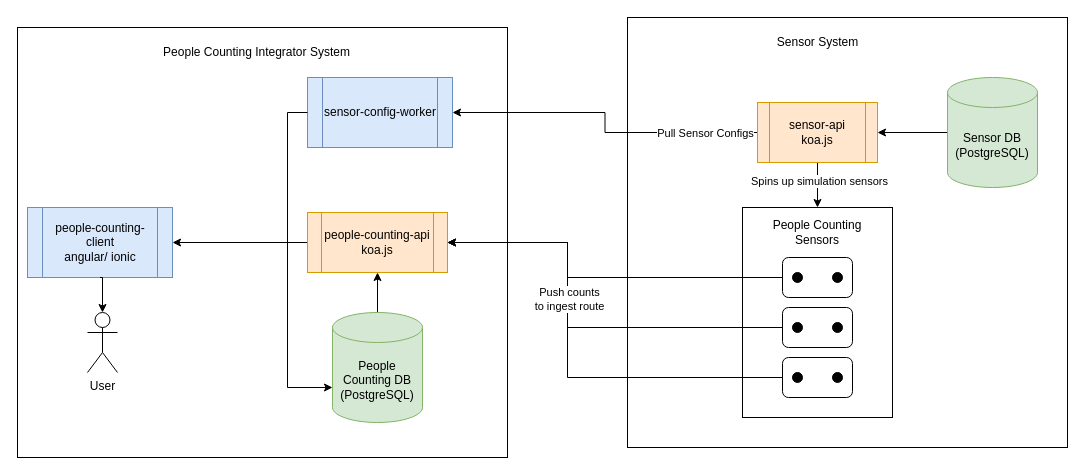
Above: docs/architecture/people-counting-demo.drawio in LaneMMII/people-counting-demo (draw.io), before the change. Source tidied: cells renumbered, new cells numbered last; positions are measured from the earlier drawing's top-left corner, leaving out a move shared by most shapes. Both pictures are drawn from the tidied source at 100%, with x=0, y=0 at pixel (17, 17).
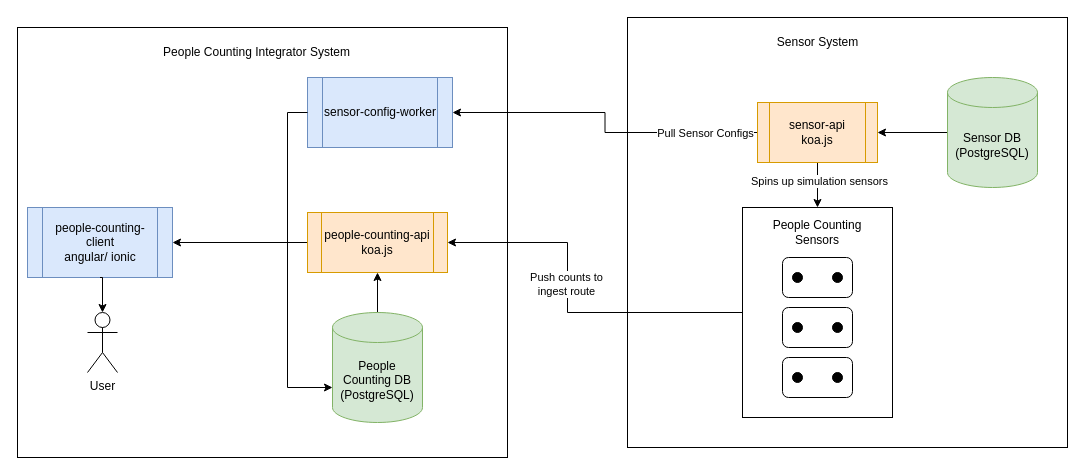
After the change.

The change refers to these unchanged cells:
```xml
<mxCell id="6" style="rounded=0;whiteSpace=wrap;html=1;" parent="1" vertex="1">
  <mxGeometry x="725" y="190" width="150" height="210" as="geometry" />
</mxCell>
<mxCell id="15" style="rounded=1;whiteSpace=wrap;html=1;" parent="14" vertex="1">
  <mxGeometry width="70" height="40" as="geometry" />
</mxCell>
<mxCell id="19" style="rounded=1;whiteSpace=wrap;html=1;" parent="18" vertex="1">
  <mxGeometry width="70" height="40" as="geometry" />
</mxCell>
<mxCell id="23" style="rounded=1;whiteSpace=wrap;html=1;" parent="22" vertex="1">
  <mxGeometry width="70" height="40" as="geometry" />
</mxCell>
<mxCell id="28" value="people-counting-api&lt;div&gt;koa.js&lt;/div&gt;" style="shape=process;whiteSpace=wrap;html=1;backgroundOutline=1;fillColor=#ffe6cc;strokeColor=#d79b00;" parent="1" vertex="1">
  <mxGeometry x="290" y="195" width="140" height="60" as="geometry" />
</mxCell>
```

What changed in the source:
```diff
@@
+    <mxCell id="41" style="edgeStyle=orthogonalEdgeStyle;rounded=0;jettySize=auto;html=1;exitX=0;exitY=0.5;exitDx=0;exitDy=0;" parent="1" edge="1" source="6" target="28">
+      <mxGeometry relative="1" as="geometry">
+        <Array as="points">
+          <mxPoint x="550" y="295" />
+          <mxPoint x="550" y="225" />
+        </Array>
+      </mxGeometry>
+    </mxCell>
+    <mxCell id="40" value="Push counts to&lt;div&gt;ingest route&lt;/div&gt;" style="edgeLabel;html=1;align=center;verticalAlign=middle;" parent="41" vertex="1">
+      <mxGeometry x="0.12" y="2" relative="1" as="geometry" />
+    </mxCell>
@@
-    <mxCell id="37" style="edgeStyle=orthogonalEdgeStyle;rounded=0;jettySize=auto;html=1;exitX=0;exitY=0.5;exitDx=0;exitDy=0;" parent="1" edge="1" source="15" target="28">
-      <mxGeometry relative="1" as="geometry">
-        <Array as="points">
-          <mxPoint x="550" y="260" />
-          <mxPoint x="550" y="225" />
-        </Array>
-      </mxGeometry>
-    </mxCell>
-    <mxCell id="38" style="edgeStyle=orthogonalEdgeStyle;rounded=0;jettySize=auto;html=1;exitX=0;exitY=0.5;exitDx=0;exitDy=0;entryX=1;entryY=0.5;entryDx=0;entryDy=0;" parent="1" edge="1" source="19" target="28">
-      <mxGeometry relative="1" as="geometry">
-        <Array as="points">
-          <mxPoint x="550" y="310" />
-          <mxPoint x="550" y="225" />
-        </Array>
-      </mxGeometry>
-    </mxCell>
-    <mxCell id="39" style="edgeStyle=orthogonalEdgeStyle;rounded=0;jettySize=auto;html=1;exitX=0;exitY=0.5;exitDx=0;exitDy=0;entryX=1;entryY=0.5;entryDx=0;entryDy=0;" parent="1" edge="1" source="23" target="28">
-      <mxGeometry relative="1" as="geometry">
-        <Array as="points">
-          <mxPoint x="550" y="360" />
-          <mxPoint x="550" y="225" />
-        </Array>
-      </mxGeometry>
-    </mxCell>
-    <mxCell id="40" value="Push counts&lt;div&gt;to ingest route&lt;/div&gt;" style="edgeLabel;html=1;align=center;verticalAlign=middle;" parent="39" vertex="1">
-      <mxGeometry x="0.25" y="-1" relative="1" as="geometry" />
-    </mxCell>
```
